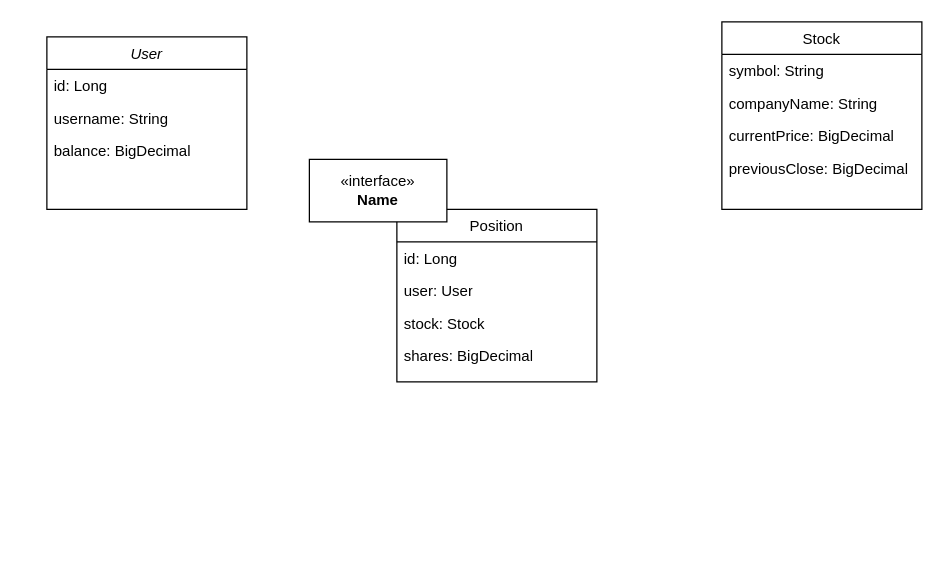
andresga11/StockMarket keeps this draw.io diagram as StockMarketApp.drawio. Above is the earlier version. Source tidied: cells renumbered, new cells numbered last; positions are measured from the earlier drawing's top-left corner, leaving out a move shared by most shapes. Both pictures are drawn from the tidied source at 125%, with x=0, y=0 at pixel (46, 21).
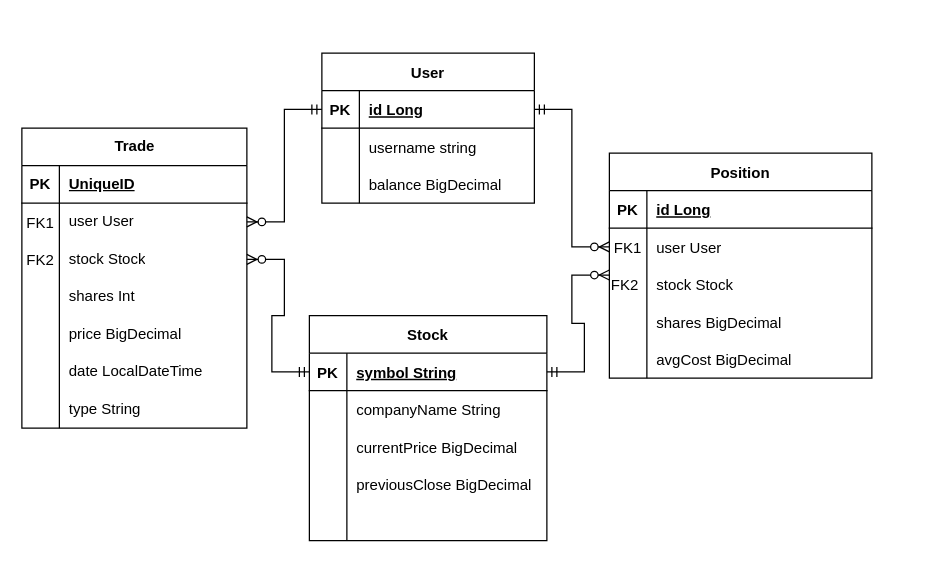
Above is the later version.

The edit, as a diff of the source:
```diff
@@
+    <mxCell id="11" value="Stock" style="shape=table;startSize=30;childLayout=tableLayout;rowLines=0;fontStyle=1;align=center;" parent="1" vertex="1">
+      <mxGeometry x="210" y="235" width="190" height="180" as="geometry" />
+    </mxCell>
+    <mxCell id="18" style="shape=partialRectangle;fillColor=none;points=[[0,0.5],[1,0.5]];portConstraint=eastwest;top=0;left=0;right=0;bottom=1;" parent="11" vertex="1">
+      <mxGeometry y="30" width="190" height="30" as="geometry" />
+    </mxCell>
+    <mxCell id="19" value="PK" style="shape=partialRectangle;overflow=hidden;fillColor=none;top=0;left=0;bottom=0;right=0;fontStyle=1;" parent="18" vertex="1">
+      <mxGeometry width="30" height="30" as="geometry" />
+    </mxCell>
+    <mxCell id="20" value="symbol String" style="shape=partialRectangle;overflow=hidden;fillColor=none;top=0;left=0;bottom=0;right=0;align=left;spacingLeft=6;fontStyle=5;" parent="18" vertex="1">
+      <mxGeometry x="30" width="160" height="30" as="geometry" />
+    </mxCell>
+    <mxCell id="21" style="shape=partialRectangle;fillColor=none;top=0;left=0;right=0;bottom=0;" parent="11" vertex="1">
+      <mxGeometry y="60" width="190" height="30" as="geometry" />
+    </mxCell>
+    <mxCell id="22" style="shape=partialRectangle;overflow=hidden;fillColor=none;top=0;left=0;bottom=0;right=0;" parent="21" vertex="1">
+      <mxGeometry width="30" height="30" as="geometry" />
+    </mxCell>
+    <mxCell id="23" value="companyName String" style="shape=partialRectangle;overflow=hidden;fillColor=none;top=0;left=0;bottom=0;right=0;align=left;spacingLeft=6;" parent="21" vertex="1">
+      <mxGeometry x="30" width="160" height="30" as="geometry" />
+    </mxCell>
+    <mxCell id="24" style="shape=partialRectangle;fillColor=none;top=0;left=0;right=0;bottom=0;" parent="11" vertex="1">
+      <mxGeometry y="90" width="190" height="30" as="geometry" />
+    </mxCell>
+    <mxCell id="25" style="shape=partialRectangle;overflow=hidden;fillColor=none;top=0;left=0;bottom=0;right=0;" parent="24" vertex="1">
+      <mxGeometry width="30" height="30" as="geometry" />
+    </mxCell>
+    <mxCell id="26" value="currentPrice BigDecimal" style="shape=partialRectangle;overflow=hidden;fillColor=none;top=0;left=0;bottom=0;right=0;align=left;spacingLeft=6;" parent="24" vertex="1">
+      <mxGeometry x="30" width="160" height="30" as="geometry" />
+    </mxCell>
+    <mxCell id="27" style="shape=partialRectangle;fillColor=none;top=0;left=0;right=0;bottom=0;" parent="11" vertex="1">
+      <mxGeometry y="120" width="190" height="30" as="geometry" />
+    </mxCell>
+    <mxCell id="28" style="shape=partialRectangle;overflow=hidden;fillColor=none;top=0;left=0;bottom=0;right=0;" parent="27" vertex="1">
+      <mxGeometry width="30" height="30" as="geometry" />
+    </mxCell>
+    <mxCell id="29" value="previousClose BigDecimal" style="shape=partialRectangle;overflow=hidden;fillColor=none;top=0;left=0;bottom=0;right=0;align=left;spacingLeft=6;" parent="27" vertex="1">
+      <mxGeometry x="30" width="160" height="30" as="geometry" />
+    </mxCell>
+    <mxCell id="30" style="shape=partialRectangle;fillColor=none;top=0;left=0;right=0;bottom=0;" parent="11" vertex="1">
+      <mxGeometry y="150" width="190" height="30" as="geometry" />
+    </mxCell>
+    <mxCell id="31" style="shape=partialRectangle;overflow=hidden;fillColor=none;top=0;left=0;bottom=0;right=0;" parent="30" vertex="1">
+      <mxGeometry width="30" height="30" as="geometry" />
+    </mxCell>
+    <mxCell id="32" style="shape=partialRectangle;overflow=hidden;fillColor=none;top=0;left=0;bottom=0;right=0;align=left;spacingLeft=6;" parent="30" vertex="1">
+      <mxGeometry x="30" width="160" height="30" as="geometry" />
+    </mxCell>
-    <mxCell id="2" value="User" style="swimlane;fontStyle=2;align=center;verticalAlign=top;horizontal=1;startSize=26;rounded=0;shadow=0;strokeWidth=1;" parent="1" vertex="1">
-      <mxGeometry y="12" width="160" height="138" as="geometry" />
+    <mxCell id="2" value="User" style="shape=table;startSize=30;childLayout=tableLayout;rowLines=0;fontStyle=1;align=center;" parent="1" vertex="1">
+      <mxGeometry x="220" y="25" width="170" height="120" as="geometry" />
     </mxCell>
-    <mxCell id="3" value="id: Long" style="text;strokeColor=none;fillColor=none;align=left;verticalAlign=top;spacingLeft=4;spacingRight=4;overflow=hidden;whiteSpace=wrap;html=1;" parent="2" vertex="1">
-      <mxGeometry y="26" width="160" height="26" as="geometry" />
-    </mxCell>
-    <mxCell id="4" value="username: String&lt;div&gt;&lt;br&gt;&lt;/div&gt;" style="text;strokeColor=none;fillColor=none;align=left;verticalAlign=top;spacingLeft=4;spacingRight=4;overflow=hidden;whiteSpace=wrap;html=1;" parent="2" vertex="1">
-      <mxGeometry y="52" width="160" height="26" as="geometry" />
-    </mxCell>
-    <mxCell id="5" value="&lt;div&gt;balance: BigDecimal&lt;/div&gt;" style="text;strokeColor=none;fillColor=none;align=left;verticalAlign=top;spacingLeft=4;spacingRight=4;overflow=hidden;whiteSpace=wrap;html=1;" parent="2" vertex="1">
-      <mxGeometry y="78" width="160" height="26" as="geometry" />
-    </mxCell>
+    <mxCell id="33" style="shape=partialRectangle;fillColor=none;points=[[0,0.5],[1,0.5]];portConstraint=eastwest;top=0;left=0;right=0;bottom=1;" parent="2" vertex="1">
+      <mxGeometry y="30" width="170" height="30" as="geometry" />
+    </mxCell>
+    <mxCell id="34" value="PK" style="shape=partialRectangle;overflow=hidden;fillColor=none;top=0;left=0;bottom=0;right=0;fontStyle=1;" parent="33" vertex="1">
+      <mxGeometry width="30" height="30" as="geometry" />
+    </mxCell>
+    <mxCell id="35" value="id Long" style="shape=partialRectangle;overflow=hidden;fillColor=none;top=0;left=0;bottom=0;right=0;align=left;spacingLeft=6;fontStyle=5;" parent="33" vertex="1">
+      <mxGeometry x="30" width="140" height="30" as="geometry" />
+    </mxCell>
+    <mxCell id="36" style="shape=partialRectangle;fillColor=none;top=0;left=0;right=0;bottom=0;" parent="2" vertex="1">
+      <mxGeometry y="60" width="170" height="30" as="geometry" />
+    </mxCell>
+    <mxCell id="37" style="shape=partialRectangle;overflow=hidden;fillColor=none;top=0;left=0;bottom=0;right=0;" parent="36" vertex="1">
+      <mxGeometry width="30" height="30" as="geometry" />
+    </mxCell>
+    <mxCell id="38" value="username string" style="shape=partialRectangle;overflow=hidden;fillColor=none;top=0;left=0;bottom=0;right=0;align=left;spacingLeft=6;" parent="36" vertex="1">
+      <mxGeometry x="30" width="140" height="30" as="geometry" />
+    </mxCell>
+    <mxCell id="39" style="shape=partialRectangle;fillColor=none;top=0;left=0;right=0;bottom=0;" parent="2" vertex="1">
+      <mxGeometry y="90" width="170" height="30" as="geometry" />
+    </mxCell>
+    <mxCell id="40" style="shape=partialRectangle;overflow=hidden;fillColor=none;top=0;left=0;bottom=0;right=0;" parent="39" vertex="1">
+      <mxGeometry width="30" height="30" as="geometry" />
+    </mxCell>
+    <mxCell id="41" value="balance BigDecimal" style="shape=partialRectangle;overflow=hidden;fillColor=none;top=0;left=0;bottom=0;right=0;align=left;spacingLeft=6;" parent="39" vertex="1">
+      <mxGeometry x="30" width="140" height="30" as="geometry" />
+    </mxCell>
+    <mxCell id="42" style="group;" parent="1" vertex="1">
+      <mxGeometry x="450" y="105" width="210" height="150" as="geometry" />
+    </mxCell>
-    <mxCell id="6" value="Position" style="swimlane;fontStyle=0;align=center;verticalAlign=top;horizontal=1;startSize=26;rounded=0;shadow=0;strokeWidth=1;" parent="1" vertex="1">
-      <mxGeometry x="280" y="150" width="160" height="138" as="geometry" />
+    <mxCell id="6" value="Position" style="shape=table;startSize=30;childLayout=tableLayout;rowLines=0;fontStyle=1;align=center;" parent="42" vertex="1">
+      <mxGeometry width="210" height="180" as="geometry" />
     </mxCell>
-    <mxCell id="7" value="&lt;div&gt;id: Long&lt;/div&gt;" style="text;strokeColor=none;fillColor=none;align=left;verticalAlign=top;spacingLeft=4;spacingRight=4;overflow=hidden;whiteSpace=wrap;html=1;" parent="6" vertex="1">
-      <mxGeometry y="26" width="160" height="26" as="geometry" />
-    </mxCell>
-    <mxCell id="8" value="&lt;div&gt;&lt;span&gt;user: User&lt;/span&gt;&lt;/div&gt;" style="text;strokeColor=none;fillColor=none;align=left;verticalAlign=top;spacingLeft=4;spacingRight=4;overflow=hidden;whiteSpace=wrap;html=1;" parent="6" vertex="1">
-      <mxGeometry y="52" width="160" height="26" as="geometry" />
-    </mxCell>
-    <mxCell id="9" value="&lt;div&gt;&lt;span&gt;stock: Stock&lt;/span&gt;&lt;/div&gt;" style="text;strokeColor=none;fillColor=none;align=left;verticalAlign=top;spacingLeft=4;spacingRight=4;overflow=hidden;whiteSpace=wrap;html=1;" parent="6" vertex="1">
-      <mxGeometry y="78" width="160" height="26" as="geometry" />
-    </mxCell>
-    <mxCell id="10" value="&lt;div&gt;shares: BigDecimal&lt;/div&gt;" style="text;strokeColor=none;fillColor=none;align=left;verticalAlign=top;spacingLeft=4;spacingRight=4;overflow=hidden;whiteSpace=wrap;html=1;" parent="6" vertex="1">
-      <mxGeometry y="104" width="160" height="26" as="geometry" />
-    </mxCell>
-    <mxCell id="11" value="Stock" style="swimlane;fontStyle=0;align=center;verticalAlign=top;horizontal=1;startSize=26;rounded=0;shadow=0;strokeWidth=1;" parent="1" vertex="1">
-      <mxGeometry x="540" width="160" height="150" as="geometry" />
-    </mxCell>
-    <mxCell id="12" value="&lt;div&gt;symbol: String&lt;/div&gt;&lt;div&gt;&lt;br&gt;&lt;/div&gt;" style="text;strokeColor=none;fillColor=none;align=left;verticalAlign=top;spacingLeft=4;spacingRight=4;overflow=hidden;whiteSpace=wrap;html=1;" parent="11" vertex="1">
-      <mxGeometry y="26" width="160" height="26" as="geometry" />
-    </mxCell>
-    <mxCell id="13" value="&lt;div&gt;companyName: String&lt;/div&gt;" style="text;strokeColor=none;fillColor=none;align=left;verticalAlign=top;spacingLeft=4;spacingRight=4;overflow=hidden;whiteSpace=wrap;html=1;" parent="11" vertex="1">
-      <mxGeometry y="52" width="160" height="26" as="geometry" />
-    </mxCell>
-    <mxCell id="14" value="&lt;div&gt;currentPrice: BigDecimal&lt;/div&gt;" style="text;strokeColor=none;fillColor=none;align=left;verticalAlign=top;spacingLeft=4;spacingRight=4;overflow=hidden;whiteSpace=wrap;html=1;" parent="11" vertex="1">
-      <mxGeometry y="78" width="160" height="26" as="geometry" />
-    </mxCell>
-    <mxCell id="15" value="&lt;div&gt;previousClose: BigDecimal&lt;/div&gt;" style="text;strokeColor=none;fillColor=none;align=left;verticalAlign=top;spacingLeft=4;spacingRight=4;overflow=hidden;whiteSpace=wrap;html=1;" parent="11" vertex="1">
-      <mxGeometry y="104" width="160" height="26" as="geometry" />
-    </mxCell>
-    <mxCell id="16" style="line;strokeWidth=1;fillColor=none;align=left;verticalAlign=middle;spacingTop=-1;spacingLeft=3;spacingRight=3;labelPosition=right;strokeColor=inherit;" parent="1" vertex="1">
-      <mxGeometry x="320" y="330" width="40" as="geometry" />
-    </mxCell>
-    <mxCell id="17" value="&amp;laquo;interface&amp;raquo;&lt;br&gt;&lt;b&gt;Name&lt;/b&gt;" style="html=1;whiteSpace=wrap;" parent="1" vertex="1">
-      <mxGeometry x="210" y="110" width="110" height="50" as="geometry" />
-    </mxCell>
+    <mxCell id="43" style="shape=partialRectangle;fillColor=none;top=0;left=0;right=0;bottom=1;" parent="6" vertex="1">
+      <mxGeometry y="30" width="210" height="30" as="geometry" />
+    </mxCell>
+    <mxCell id="44" value="PK" style="shape=partialRectangle;overflow=hidden;fillColor=none;top=0;left=0;bottom=0;right=0;fontStyle=1;" parent="43" vertex="1">
+      <mxGeometry width="30" height="30" as="geometry" />
+    </mxCell>
+    <mxCell id="45" value="id Long" style="shape=partialRectangle;overflow=hidden;fillColor=none;top=0;left=0;bottom=0;right=0;align=left;spacingLeft=6;fontStyle=5;" parent="43" vertex="1">
+      <mxGeometry x="30" width="180" height="30" as="geometry" />
+    </mxCell>
+    <mxCell id="46" style="shape=partialRectangle;fillColor=none;points=[[0,0.5],[1,0.5]];portConstraint=eastwest;top=0;left=0;right=0;bottom=0;" parent="6" vertex="1">
+      <mxGeometry y="60" width="210" height="30" as="geometry" />
+    </mxCell>
+    <mxCell id="47" value="FK1" style="shape=partialRectangle;overflow=hidden;fillColor=none;top=0;left=0;bottom=0;right=0;" parent="46" vertex="1">
+      <mxGeometry width="30" height="30" as="geometry" />
+    </mxCell>
+    <mxCell id="48" value="user User" style="shape=partialRectangle;overflow=hidden;fillColor=none;top=0;left=0;bottom=0;right=0;align=left;spacingLeft=6;" parent="46" vertex="1">
+      <mxGeometry x="30" width="180" height="30" as="geometry" />
+    </mxCell>
+    <mxCell id="49" style="shape=partialRectangle;fillColor=none;top=0;left=0;right=0;bottom=0;" parent="6" vertex="1">
+      <mxGeometry y="90" width="210" height="30" as="geometry" />
+    </mxCell>
+    <mxCell id="50" style="shape=partialRectangle;overflow=hidden;fillColor=none;top=0;left=0;bottom=0;right=0;" parent="49" vertex="1">
+      <mxGeometry width="30" height="30" as="geometry" />
+    </mxCell>
+    <mxCell id="51" value="stock Stock" style="shape=partialRectangle;overflow=hidden;fillColor=none;top=0;left=0;bottom=0;right=0;align=left;spacingLeft=6;" parent="49" vertex="1">
+      <mxGeometry x="30" width="180" height="30" as="geometry" />
+    </mxCell>
+    <mxCell id="52" style="shape=partialRectangle;fillColor=none;top=0;left=0;right=0;bottom=0;" parent="6" vertex="1">
+      <mxGeometry y="120" width="210" height="30" as="geometry" />
+    </mxCell>
+    <mxCell id="53" style="shape=partialRectangle;overflow=hidden;fillColor=none;top=0;left=0;bottom=0;right=0;" parent="52" vertex="1">
+      <mxGeometry width="30" height="30" as="geometry" />
+    </mxCell>
+    <mxCell id="54" value="shares BigDecimal" style="shape=partialRectangle;overflow=hidden;fillColor=none;top=0;left=0;bottom=0;right=0;align=left;spacingLeft=6;" parent="52" vertex="1">
+      <mxGeometry x="30" width="180" height="30" as="geometry" />
+    </mxCell>
+    <mxCell id="55" style="shape=partialRectangle;fillColor=none;top=0;left=0;right=0;bottom=0;" parent="6" vertex="1">
+      <mxGeometry y="150" width="210" height="30" as="geometry" />
+    </mxCell>
+    <mxCell id="56" style="shape=partialRectangle;overflow=hidden;fillColor=none;top=0;left=0;bottom=0;right=0;" parent="55" vertex="1">
+      <mxGeometry width="30" height="30" as="geometry" />
+    </mxCell>
+    <mxCell id="57" value="avgCost BigDecimal" style="shape=partialRectangle;overflow=hidden;fillColor=none;top=0;left=0;bottom=0;right=0;align=left;spacingLeft=6;" parent="55" vertex="1">
+      <mxGeometry x="30" width="180" height="30" as="geometry" />
+    </mxCell>
+    <mxCell id="58" value="FK2" style="shape=partialRectangle;overflow=hidden;fillColor=none;top=0;left=0;bottom=0;right=0;direction=south;" parent="42" vertex="1">
+      <mxGeometry y="90" width="25.2" height="30" as="geometry" />
+    </mxCell>
+    <mxCell id="59" style="edgeStyle=entityRelationEdgeStyle;fontSize=12;html=1;endArrow=ERzeroToMany;startArrow=ERmandOne;rounded=0;exitX=1;exitY=0.5;exitDx=0;exitDy=0;entryX=0;entryY=0.5;entryDx=0;entryDy=0;" parent="1" edge="1" source="33" target="46">
+      <mxGeometry relative="1" as="geometry" />
+    </mxCell>
+    <mxCell id="60" style="edgeStyle=entityRelationEdgeStyle;fontSize=12;html=1;endArrow=ERzeroToMany;startArrow=ERmandOne;rounded=0;entryX=0.25;entryY=1;entryDx=0;entryDy=0;exitX=1;exitY=0.5;exitDx=0;exitDy=0;" parent="1" edge="1" source="18" target="58">
+      <mxGeometry relative="1" as="geometry" />
+    </mxCell>
+    <mxCell id="61" value="Trade" style="shape=table;startSize=30;childLayout=tableLayout;rowLines=0;fontStyle=1;align=center;html=1;" parent="1" vertex="1">
+      <mxGeometry x="-20" y="85" width="180" height="240" as="geometry" />
+    </mxCell>
+    <mxCell id="62" style="shape=tableRow;horizontal=0;startSize=0;swimlaneHead=0;swimlaneBody=0;fillColor=none;top=0;left=0;right=0;bottom=1;" parent="61" vertex="1">
+      <mxGeometry y="30" width="180" height="30" as="geometry" />
+    </mxCell>
+    <mxCell id="63" value="PK" style="shape=partialRectangle;fillColor=none;top=0;left=0;bottom=0;right=0;fontStyle=1;overflow=hidden;whiteSpace=wrap;html=1;" parent="62" vertex="1">
+      <mxGeometry width="30" height="30" as="geometry" />
+    </mxCell>
+    <mxCell id="64" value="UniqueID" style="shape=partialRectangle;fillColor=none;top=0;left=0;bottom=0;right=0;align=left;spacingLeft=6;fontStyle=5;overflow=hidden;whiteSpace=wrap;html=1;" parent="62" vertex="1">
+      <mxGeometry x="30" width="150" height="30" as="geometry" />
+    </mxCell>
+    <mxCell id="65" style="shape=tableRow;horizontal=0;startSize=0;swimlaneHead=0;swimlaneBody=0;fillColor=none;points=[[0,0.5],[1,0.5]];portConstraint=eastwest;top=0;left=0;right=0;bottom=0;" parent="61" vertex="1">
+      <mxGeometry y="60" width="180" height="30" as="geometry" />
+    </mxCell>
+    <mxCell id="66" style="shape=partialRectangle;fillColor=none;top=0;left=0;bottom=0;right=0;overflow=hidden;whiteSpace=wrap;html=1;" parent="65" vertex="1">
+      <mxGeometry width="30" height="30" as="geometry" />
+    </mxCell>
+    <mxCell id="67" value="user User" style="shape=partialRectangle;fillColor=none;top=0;left=0;bottom=0;right=0;align=left;spacingLeft=6;overflow=hidden;whiteSpace=wrap;html=1;" parent="65" vertex="1">
+      <mxGeometry x="30" width="150" height="30" as="geometry" />
+    </mxCell>
+    <mxCell id="68" style="shape=tableRow;horizontal=0;startSize=0;swimlaneHead=0;swimlaneBody=0;fillColor=none;points=[[0,0.5],[1,0.5]];portConstraint=eastwest;top=0;left=0;right=0;bottom=0;" parent="61" vertex="1">
+      <mxGeometry y="90" width="180" height="30" as="geometry" />
+    </mxCell>
+    <mxCell id="69" style="shape=partialRectangle;fillColor=none;top=0;left=0;bottom=0;right=0;overflow=hidden;whiteSpace=wrap;html=1;" parent="68" vertex="1">
+      <mxGeometry width="30" height="30" as="geometry" />
+    </mxCell>
+    <mxCell id="70" value="stock Stock" style="shape=partialRectangle;fillColor=none;top=0;left=0;bottom=0;right=0;align=left;spacingLeft=6;overflow=hidden;whiteSpace=wrap;html=1;" parent="68" vertex="1">
+      <mxGeometry x="30" width="150" height="30" as="geometry" />
+    </mxCell>
+    <mxCell id="71" style="shape=tableRow;horizontal=0;startSize=0;swimlaneHead=0;swimlaneBody=0;fillColor=none;top=0;left=0;right=0;bottom=0;" parent="61" vertex="1">
+      <mxGeometry y="120" width="180" height="30" as="geometry" />
+    </mxCell>
+    <mxCell id="72" style="shape=partialRectangle;fillColor=none;top=0;left=0;bottom=0;right=0;overflow=hidden;whiteSpace=wrap;html=1;" parent="71" vertex="1">
+      <mxGeometry width="30" height="30" as="geometry" />
+    </mxCell>
+    <mxCell id="73" value="shares Int" style="shape=partialRectangle;fillColor=none;top=0;left=0;bottom=0;right=0;align=left;spacingLeft=6;overflow=hidden;whiteSpace=wrap;html=1;" parent="71" vertex="1">
+      <mxGeometry x="30" width="150" height="30" as="geometry" />
+    </mxCell>
+    <mxCell id="74" style="shape=tableRow;horizontal=0;startSize=0;swimlaneHead=0;swimlaneBody=0;fillColor=none;top=0;left=0;right=0;bottom=0;" parent="61" vertex="1">
+      <mxGeometry y="150" width="180" height="30" as="geometry" />
+    </mxCell>
+    <mxCell id="75" style="shape=partialRectangle;fillColor=none;top=0;left=0;bottom=0;right=0;overflow=hidden;whiteSpace=wrap;html=1;" parent="74" vertex="1">
+      <mxGeometry width="30" height="30" as="geometry" />
+    </mxCell>
+    <mxCell id="76" value="price BigDecimal" style="shape=partialRectangle;fillColor=none;top=0;left=0;bottom=0;right=0;align=left;spacingLeft=6;overflow=hidden;whiteSpace=wrap;html=1;" parent="74" vertex="1">
+      <mxGeometry x="30" width="150" height="30" as="geometry" />
+    </mxCell>
+    <mxCell id="77" style="shape=tableRow;horizontal=0;startSize=0;swimlaneHead=0;swimlaneBody=0;fillColor=none;top=0;left=0;right=0;bottom=0;" parent="61" vertex="1">
+      <mxGeometry y="180" width="180" height="30" as="geometry" />
+    </mxCell>
+    <mxCell id="78" style="shape=partialRectangle;fillColor=none;top=0;left=0;bottom=0;right=0;overflow=hidden;whiteSpace=wrap;html=1;" parent="77" vertex="1">
+      <mxGeometry width="30" height="30" as="geometry" />
+    </mxCell>
+    <mxCell id="79" value="date LocalDateTime" style="shape=partialRectangle;fillColor=none;top=0;left=0;bottom=0;right=0;align=left;spacingLeft=6;overflow=hidden;whiteSpace=wrap;html=1;" parent="77" vertex="1">
+      <mxGeometry x="30" width="150" height="30" as="geometry" />
+    </mxCell>
+    <mxCell id="80" style="shape=tableRow;horizontal=0;startSize=0;swimlaneHead=0;swimlaneBody=0;fillColor=none;top=0;left=0;right=0;bottom=0;" parent="61" vertex="1">
+      <mxGeometry y="210" width="180" height="30" as="geometry" />
+    </mxCell>
+    <mxCell id="81" style="shape=partialRectangle;fillColor=none;top=0;left=0;bottom=0;right=0;overflow=hidden;whiteSpace=wrap;html=1;" parent="80" vertex="1">
+      <mxGeometry width="30" height="30" as="geometry" />
+    </mxCell>
+    <mxCell id="82" value="type String" style="shape=partialRectangle;fillColor=none;top=0;left=0;bottom=0;right=0;align=left;spacingLeft=6;overflow=hidden;whiteSpace=wrap;html=1;" parent="80" vertex="1">
+      <mxGeometry x="30" width="150" height="30" as="geometry" />
+    </mxCell>
+    <mxCell id="83" style="edgeStyle=entityRelationEdgeStyle;fontSize=12;html=1;endArrow=ERzeroToMany;startArrow=ERmandOne;rounded=0;exitX=0;exitY=0.5;exitDx=0;exitDy=0;entryX=1;entryY=0.5;entryDx=0;entryDy=0;" parent="1" edge="1" source="33" target="65">
+      <mxGeometry relative="1" as="geometry" />
+    </mxCell>
+    <mxCell id="84" style="edgeStyle=entityRelationEdgeStyle;fontSize=12;html=1;endArrow=ERzeroToMany;startArrow=ERmandOne;rounded=0;exitX=0;exitY=0.5;exitDx=0;exitDy=0;entryX=1;entryY=0.5;entryDx=0;entryDy=0;" parent="1" edge="1" source="18" target="68">
+      <mxGeometry relative="1" as="geometry" />
+    </mxCell>
+    <mxCell id="85" value="FK1" style="shape=partialRectangle;overflow=hidden;fillColor=none;top=0;left=0;bottom=0;right=0;" parent="1" vertex="1">
+      <mxGeometry x="-20" y="145" width="30" height="30" as="geometry" />
+    </mxCell>
+    <mxCell id="86" value="FK2" style="shape=partialRectangle;overflow=hidden;fillColor=none;top=0;left=0;bottom=0;right=0;" parent="1" vertex="1">
+      <mxGeometry x="-20" y="175" width="30" height="30" as="geometry" />
+    </mxCell>
```
